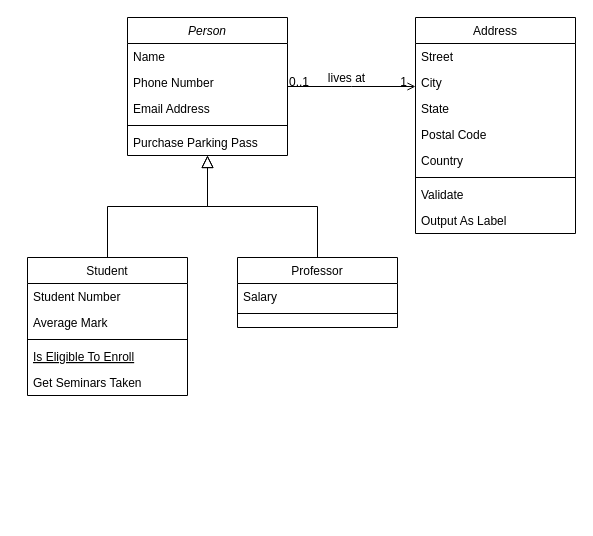
This is Untitled Diagram.drawio from Lory-Fleed/loryfleed, a draw.io file, before an edit. Source tidied: cells renumbered, new cells numbered last; positions are measured from the earlier drawing's top-left corner, leaving out a move shared by most shapes. Both pictures are drawn from the tidied source at 100%, with x=0, y=0 at pixel (27, 17).
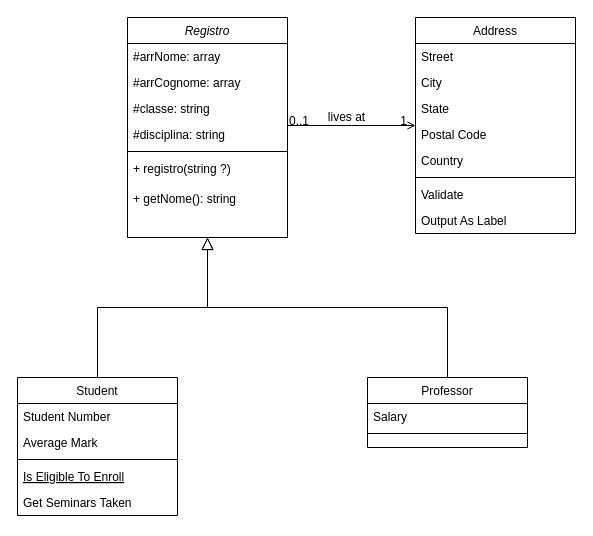
After the change.

What changed in the source:
```diff
@@
-    <mxCell id="2" value="Person" style="swimlane;fontStyle=2;align=center;verticalAlign=top;horizontal=1;startSize=26;rounded=0;shadow=0;strokeWidth=1;" parent="1" vertex="1">
-      <mxGeometry x="100" width="160" height="138" as="geometry" />
+    <mxCell id="2" value="Registro" style="swimlane;fontStyle=2;align=center;verticalAlign=top;horizontal=1;startSize=26;rounded=0;shadow=0;strokeWidth=1;" parent="1" vertex="1">
+      <mxGeometry x="100" width="160" height="220" as="geometry" />
     </mxCell>
-    <mxCell id="3" value="Name" style="text;align=left;verticalAlign=top;spacingLeft=4;spacingRight=4;overflow=hidden;" parent="2" vertex="1">
+    <mxCell id="3" value="#arrNome: array" style="text;align=left;verticalAlign=top;spacingLeft=4;spacingRight=4;overflow=hidden;" parent="2" vertex="1">
       <mxGeometry y="26" width="160" height="26" as="geometry" />
     </mxCell>
-    <mxCell id="4" value="Phone Number" style="text;align=left;verticalAlign=top;spacingLeft=4;spacingRight=4;overflow=hidden;rounded=0;shadow=0;html=0;" parent="2" vertex="1">
+    <mxCell id="4" value="#arrCognome: array" style="text;align=left;verticalAlign=top;spacingLeft=4;spacingRight=4;overflow=hidden;rounded=0;shadow=0;html=0;" parent="2" vertex="1">
       <mxGeometry y="52" width="160" height="26" as="geometry" />
     </mxCell>
-    <mxCell id="5" value="Email Address" style="text;align=left;verticalAlign=top;spacingLeft=4;spacingRight=4;overflow=hidden;rounded=0;shadow=0;html=0;" parent="2" vertex="1">
+    <mxCell id="5" value="#classe: string" style="text;align=left;verticalAlign=top;spacingLeft=4;spacingRight=4;overflow=hidden;rounded=0;shadow=0;html=0;" parent="2" vertex="1">
       <mxGeometry y="78" width="160" height="26" as="geometry" />
     </mxCell>
+    <mxCell id="32" value="#disciplina: string" style="text;align=left;verticalAlign=top;spacingLeft=4;spacingRight=4;overflow=hidden;rounded=0;shadow=0;html=0;" parent="2" vertex="1">
+      <mxGeometry y="104" width="160" height="26" as="geometry" />
+    </mxCell>
     <mxCell id="6" style="line;html=1;strokeWidth=1;align=left;verticalAlign=middle;spacingTop=-1;spacingLeft=3;spacingRight=3;labelPosition=right;" parent="2" vertex="1">
-      <mxGeometry y="104" width="160" height="8" as="geometry" />
+      <mxGeometry y="130" width="160" height="8" as="geometry" />
     </mxCell>
-    <mxCell id="7" value="Purchase Parking Pass" style="text;align=left;verticalAlign=top;spacingLeft=4;spacingRight=4;overflow=hidden;" parent="2" vertex="1">
-      <mxGeometry y="112" width="160" height="26" as="geometry" />
+    <mxCell id="7" value="+ registro(string ?)" style="text;align=left;verticalAlign=top;spacingLeft=4;spacingRight=4;overflow=hidden;" parent="2" vertex="1">
+      <mxGeometry y="138" width="160" height="30" as="geometry" />
     </mxCell>
+    <mxCell id="33" value="+ getNome(): string" style="text;align=left;verticalAlign=top;spacingLeft=4;spacingRight=4;overflow=hidden;" parent="2" vertex="1">
+      <mxGeometry y="168" width="160" height="30" as="geometry" />
+    </mxCell>
     <mxCell id="8" value="Student" style="swimlane;fontStyle=0;align=center;verticalAlign=top;horizontal=1;startSize=26;rounded=0;shadow=0;strokeWidth=1;" parent="1" vertex="1">
-      <mxGeometry y="240" width="160" height="138" as="geometry" />
+      <mxGeometry x="-10" y="360" width="160" height="138" as="geometry" />
     </mxCell>
@@
-    <mxCell id="14" style="endArrow=block;endSize=10;endFill=0;shadow=0;strokeWidth=1;rounded=0;edgeStyle=elbowEdgeStyle;elbow=vertical;" parent="1" edge="1" source="8" target="2">
-      <mxGeometry relative="1" as="geometry" />
+    <mxCell id="14" style="endArrow=block;endSize=10;endFill=0;shadow=0;strokeWidth=1;rounded=0;edgeStyle=elbowEdgeStyle;elbow=vertical;" parent="1" edge="1" source="8">
+      <mxGeometry relative="1" as="geometry">
+        <mxPoint x="180" y="220" as="targetPoint" />
+      </mxGeometry>
     </mxCell>
     <mxCell id="15" value="Professor" style="swimlane;fontStyle=0;align=center;verticalAlign=top;horizontal=1;startSize=26;rounded=0;shadow=0;strokeWidth=1;" parent="1" vertex="1">
-      <mxGeometry x="210" y="240" width="160" height="70" as="geometry" />
+      <mxGeometry x="340" y="360" width="160" height="70" as="geometry" />
     </mxCell>
@@
-    <mxCell id="18" style="endArrow=block;endSize=10;endFill=0;shadow=0;strokeWidth=1;rounded=0;edgeStyle=elbowEdgeStyle;elbow=vertical;" parent="1" edge="1" source="15" target="2">
-      <mxGeometry relative="1" as="geometry" />
+    <mxCell id="18" style="endArrow=block;endSize=10;endFill=0;shadow=0;strokeWidth=1;rounded=0;edgeStyle=elbowEdgeStyle;elbow=vertical;" parent="1" edge="1" source="15">
+      <mxGeometry relative="1" as="geometry">
+        <mxPoint x="180" y="220" as="targetPoint" />
+      </mxGeometry>
     </mxCell>
```
